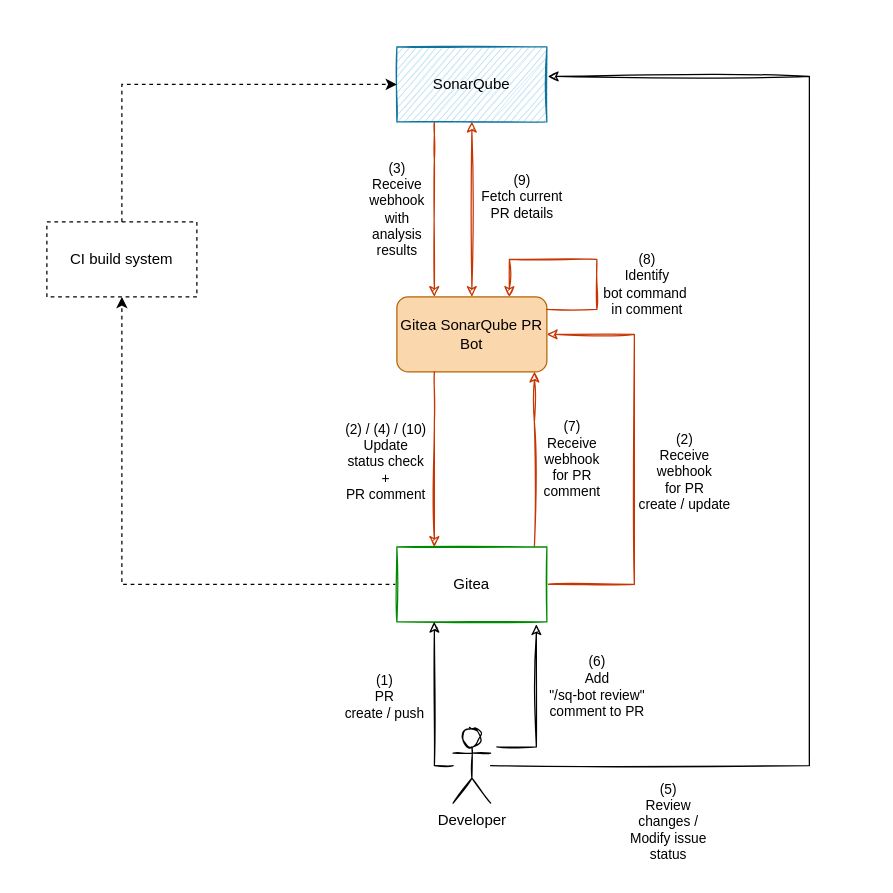
The draw.io diagram docs/workflow.drawio in siruoren/gitea-sonarqube-bot, before the edit. Source tidied: cells renumbered, new cells numbered last; positions are measured from the earlier drawing's top-left corner, leaving out a move shared by most shapes. Both pictures are drawn from the tidied source at 125%, with x=0, y=0 at pixel (21, 21).
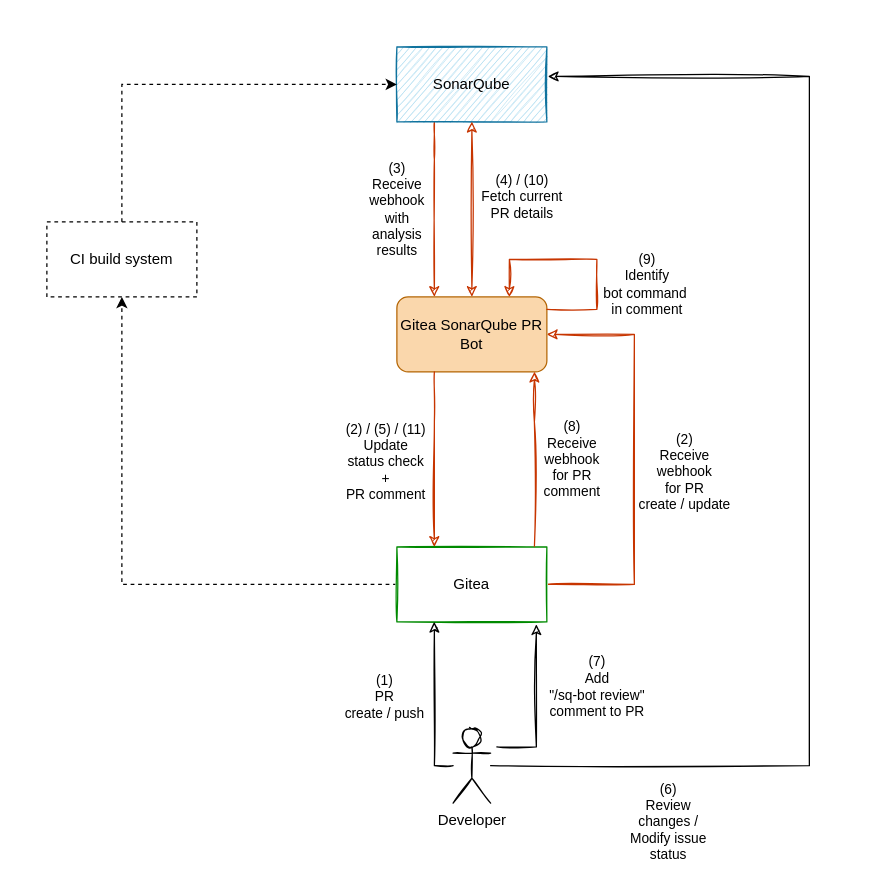
Above is the later version.

Commit message (it also covers changes not shown here):
Add missing SQ communication in docs

Unchanged cells that the change refers to:
```xml
<mxCell id="5" value="SonarQube" style="rounded=0;whiteSpace=wrap;html=1;sketch=1;fillColor=#b1ddf0;strokeColor=#10739e;" parent="1" vertex="1">
  <mxGeometry x="300" y="20" width="120" height="60" as="geometry" />
</mxCell>
<mxCell id="10" value="Gitea" style="rounded=0;whiteSpace=wrap;html=1;sketch=1;strokeColor=#008A00;" parent="1" vertex="1">
  <mxGeometry x="300" y="420" width="120" height="60" as="geometry" />
</mxCell>
<mxCell id="13" value="Developer" style="shape=umlActor;verticalLabelPosition=bottom;verticalAlign=top;html=1;outlineConnect=0;sketch=1;" parent="1" vertex="1">
  <mxGeometry x="345" y="565" width="30" height="60" as="geometry" />
</mxCell>
<mxCell id="14" value="V" style="group;sketch=1;shadow=0;glass=0;fontColor=#000000;" parent="1" vertex="1">
  <mxGeometry x="300" y="220" width="120" height="60" as="geometry" />
</mxCell>
<mxCell id="15" value="Gitea SonarQube PR Bot" style="rounded=1;whiteSpace=wrap;html=1;sketch=0;strokeColor=#b46504;fillColor=#fad7ac;" parent="14" vertex="1">
  <mxGeometry width="120" height="60" as="geometry" />
</mxCell>
<mxCell id="19" style="edgeStyle=orthogonalEdgeStyle;rounded=0;sketch=1;jettySize=auto;html=1;entryX=0.25;entryY=0;entryDx=0;entryDy=0;startArrow=none;startFill=0;endArrow=classic;endFill=1;strokeColor=#C73500;fillColor=#fa6800;" parent="1" edge="1" source="15" target="10">
  <mxGeometry relative="1" as="geometry">
    <Array as="points">
      <mxPoint x="330" y="320" />
      <mxPoint x="330" y="320" />
    </Array>
  </mxGeometry>
</mxCell>
```

The edit, as a diff of the source:
```diff
@@
-    <mxCell id="3" value="(6)&lt;br&gt;Add&lt;br&gt;&quot;/sq-bot review&quot;&lt;br&gt;comment to PR" style="edgeStyle=orthogonalEdgeStyle;rounded=0;sketch=1;orthogonalLoop=1;jettySize=auto;html=1;entryX=0.847;entryY=1.033;entryDx=0;entryDy=0;entryPerimeter=0;fillColor=none;" parent="1" edge="1">
+    <mxCell id="3" value="(7)&lt;br&gt;Add&lt;br&gt;&quot;/sq-bot review&quot;&lt;br&gt;comment to PR" style="edgeStyle=orthogonalEdgeStyle;rounded=0;sketch=1;orthogonalLoop=1;jettySize=auto;html=1;entryX=0.847;entryY=1.033;entryDx=0;entryDy=0;entryPerimeter=0;fillColor=none;" parent="1" edge="1">
       <mxGeometry x="0.23" y="-48" relative="1" as="geometry">
         <mxPoint x="380" y="580" as="sourcePoint" />
         <mxPoint x="411.6" y="482" as="targetPoint" />
         <Array as="points">
           <mxPoint x="412" y="580" />
         </Array>
       </mxGeometry>
     </mxCell>
@@
-    <mxCell id="12" value="(5)&lt;br&gt;Review&lt;br&gt;changes /&lt;br&gt;Modify issue&lt;br&gt;status" style="edgeStyle=orthogonalEdgeStyle;rounded=0;sketch=1;jettySize=auto;html=1;entryX=1.007;entryY=0.394;entryDx=0;entryDy=0;entryPerimeter=0;startArrow=none;startFill=0;endArrow=classic;endFill=1;strokeColor=#000000;" parent="1" edge="1" source="13" target="5">
+    <mxCell id="12" value="(6)&lt;br&gt;Review&lt;br&gt;changes /&lt;br&gt;Modify issue&lt;br&gt;status" style="edgeStyle=orthogonalEdgeStyle;rounded=0;sketch=1;jettySize=auto;html=1;entryX=1.007;entryY=0.394;entryDx=0;entryDy=0;entryPerimeter=0;startArrow=none;startFill=0;endArrow=classic;endFill=1;strokeColor=#000000;" parent="1" edge="1" source="13" target="5">
       <mxGeometry x="-0.72" y="-45" relative="1" as="geometry">
         <Array as="points">
           <mxPoint x="630" y="595" />
           <mxPoint x="630" y="44" />
         </Array>
       </mxGeometry>
     </mxCell>
@@
-    <mxCell id="16" value="(8)&lt;br&gt;Identify&lt;br&gt;bot command&amp;nbsp;&lt;br&gt;in comment" style="edgeStyle=orthogonalEdgeStyle;rounded=0;sketch=1;orthogonalLoop=1;jettySize=auto;html=1;startArrow=none;startFill=0;endArrow=classic;endFill=1;strokeColor=#C73500;entryX=0.75;entryY=0;entryDx=0;entryDy=0;fillColor=#fa6800;" parent="14" edge="1" source="15" target="15">
+    <mxCell id="16" value="(9)&lt;br&gt;Identify&lt;br&gt;bot command&amp;nbsp;&lt;br&gt;in comment" style="edgeStyle=orthogonalEdgeStyle;rounded=0;sketch=1;orthogonalLoop=1;jettySize=auto;html=1;startArrow=none;startFill=0;endArrow=classic;endFill=1;strokeColor=#C73500;entryX=0.75;entryY=0;entryDx=0;entryDy=0;fillColor=#fa6800;" parent="14" edge="1" source="15" target="15">
       <mxGeometry as="geometry">
         <Array as="points">
           <mxPoint x="160" y="10" />
           <mxPoint x="160" y="-30" />
           <mxPoint x="90" y="-30" />
         </Array>
         <mxPoint x="95" y="-15" as="offset" />
       </mxGeometry>
     </mxCell>
-    <mxCell id="17" value="(7)&lt;br&gt;Receive&lt;br&gt;webhook&lt;br&gt;for PR&lt;br&gt;comment" style="edgeStyle=orthogonalEdgeStyle;rounded=0;sketch=1;jettySize=auto;html=1;entryX=0.917;entryY=-0.008;entryDx=0;entryDy=0;entryPerimeter=0;fillColor=#fa6800;endArrow=none;endFill=0;startArrow=classic;startFill=1;strokeColor=#C73500;" parent="1" edge="1" source="15" target="10">
+    <mxCell id="17" value="(8)&lt;br&gt;Receive&lt;br&gt;webhook&lt;br&gt;for PR&lt;br&gt;comment" style="edgeStyle=orthogonalEdgeStyle;rounded=0;sketch=1;jettySize=auto;html=1;entryX=0.917;entryY=-0.008;entryDx=0;entryDy=0;entryPerimeter=0;fillColor=#fa6800;endArrow=none;endFill=0;startArrow=classic;startFill=1;strokeColor=#C73500;" parent="1" edge="1" source="15" target="10">
       <mxGeometry y="30" relative="1" as="geometry">
         <Array as="points">
           <mxPoint x="410" y="320" />
           <mxPoint x="410" y="320" />
         </Array>
       </mxGeometry>
     </mxCell>
-    <mxCell id="18" value="(9)&lt;br&gt;Fetch current&lt;br&gt;PR details" style="edgeStyle=orthogonalEdgeStyle;rounded=0;sketch=1;jettySize=auto;html=1;entryX=0.5;entryY=1;entryDx=0;entryDy=0;startArrow=classic;startFill=1;endArrow=classic;endFill=1;strokeColor=#C73500;fillColor=#fa6800;" parent="1" edge="1" source="15" target="5">
+    <mxCell id="18" value="(4) / (10)&lt;br&gt;Fetch current&lt;br&gt;PR details" style="edgeStyle=orthogonalEdgeStyle;rounded=0;sketch=1;jettySize=auto;html=1;entryX=0.5;entryY=1;entryDx=0;entryDy=0;startArrow=classic;startFill=1;endArrow=classic;endFill=1;strokeColor=#C73500;fillColor=#fa6800;" parent="1" edge="1" source="15" target="5">
       <mxGeometry x="0.14" y="-40" relative="1" as="geometry" />
     </mxCell>
@@
-    <mxCell id="20" value="(2) / (4) / (10)&lt;br&gt;Update&lt;br&gt;status check&lt;br&gt;+&lt;br&gt;PR comment" style="edgeLabel;html=1;align=center;verticalAlign=middle;" parent="19" vertex="1">
+    <mxCell id="20" value="(2) / (5) / (11)&lt;br&gt;Update&lt;br&gt;status check&lt;br&gt;+&lt;br&gt;PR comment" style="edgeLabel;html=1;align=center;verticalAlign=middle;" parent="19" vertex="1">
       <mxGeometry x="-0.29" y="1" relative="1" as="geometry">
         <mxPoint x="-41" y="21" as="offset" />
       </mxGeometry>
     </mxCell>
```
